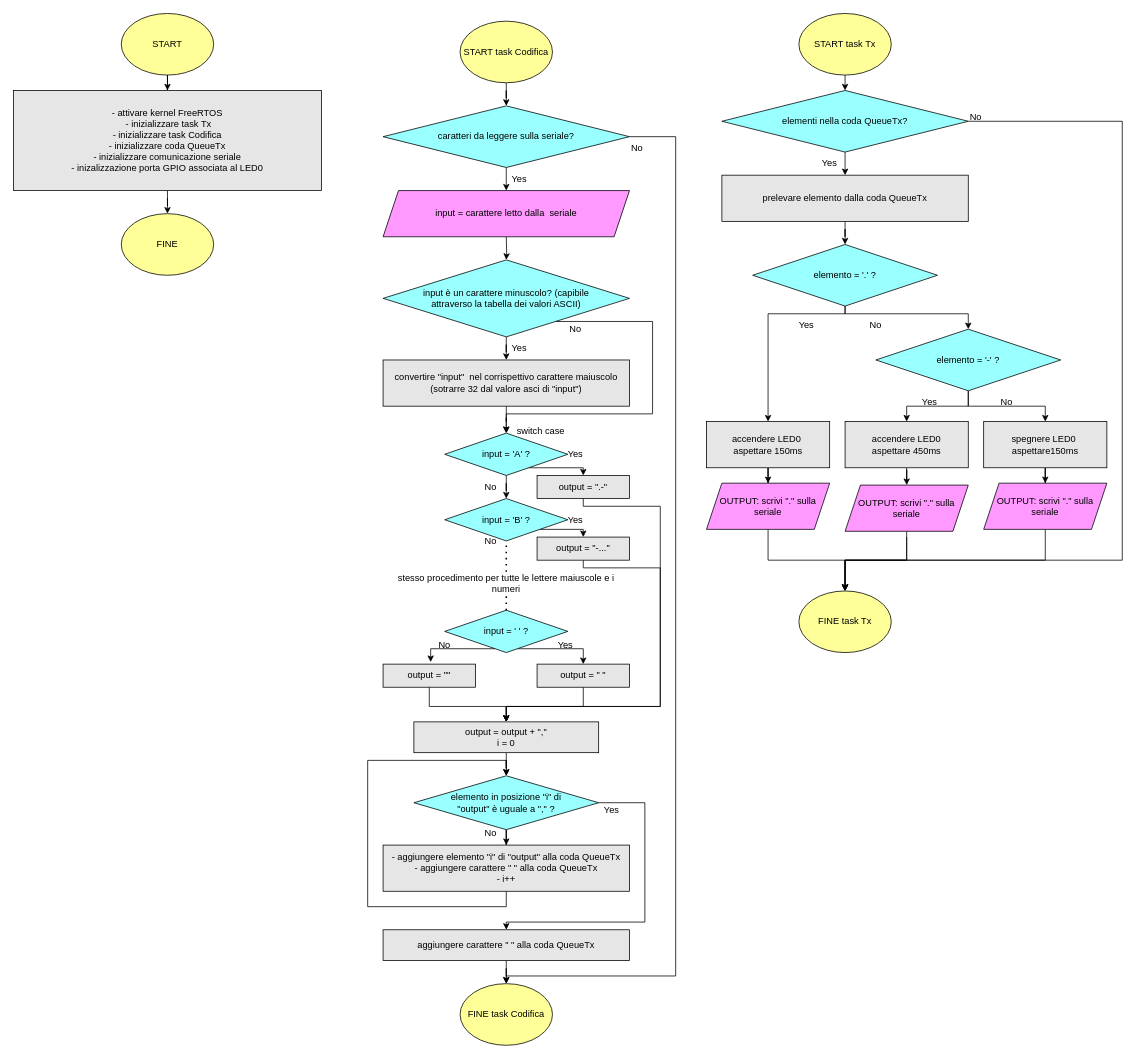
Before: flowchart/flowchart_lab6.drawio in robs2002/ISE_lab, a draw.io diagram. Source tidied: cells renumbered, new cells numbered last; positions are measured from the earlier drawing's top-left corner, leaving out a move shared by most shapes. Both pictures are drawn from the tidied source at 77%, with x=0, y=0 at pixel (13, 13).
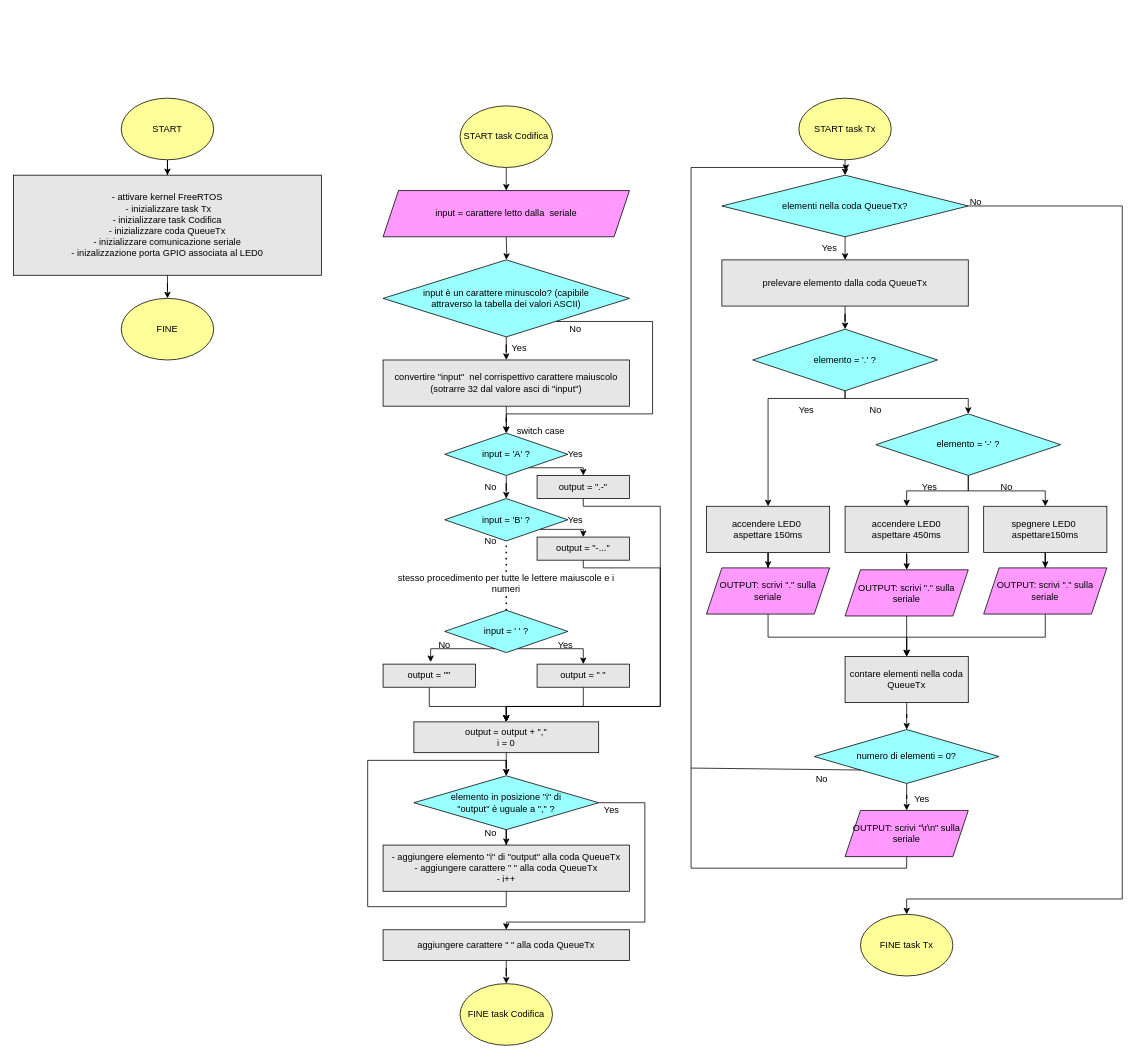
The same page after the edit.

Unchanged cells that the change refers to:
```xml
<mxCell id="82" value="FINE task Codifica" style="ellipse;whiteSpace=wrap;html=1;fillColor=#FFFF99;" parent="1" vertex="1">
  <mxGeometry x="580" y="1260" width="120" height="80" as="geometry" />
</mxCell>
```

Change to the diagram source:
```diff
@@
     <mxCell id="3" value="START" style="ellipse;whiteSpace=wrap;html=1;fillColor=#FFFF99;" parent="1" vertex="1">
-      <mxGeometry x="140" width="120" height="80" as="geometry" />
+      <mxGeometry x="140" y="110" width="120" height="80" as="geometry" />
     </mxCell>
@@
     <mxCell id="5" value="- attivare kernel FreeRTOS&lt;br&gt;&amp;nbsp;- inizializzare task Tx&lt;br&gt;- inizializzare task Codifica&lt;br&gt;- inizializzare coda QueueTx&lt;br&gt;- inizializzare comunicazione seriale&lt;br&gt;- inizalizzazione porta GPIO associata al LED0" style="rounded=0;whiteSpace=wrap;html=1;fillColor=#E6E6E6;" parent="1" vertex="1">
-      <mxGeometry y="100" width="400" height="130" as="geometry" />
+      <mxGeometry y="210" width="400" height="130" as="geometry" />
     </mxCell>
     <mxCell id="6" value="FINE" style="ellipse;whiteSpace=wrap;html=1;fillColor=#FFFF99;" parent="1" vertex="1">
-      <mxGeometry x="140" y="260" width="120" height="80" as="geometry" />
+      <mxGeometry x="140" y="370" width="120" height="80" as="geometry" />
     </mxCell>
@@
-    <mxCell id="8" style="edgeStyle=orthogonalEdgeStyle;rounded=0;jettySize=auto;html=1;entryX=0.5;entryY=0;entryDx=0;entryDy=0;" parent="1" edge="1" source="9" target="86">
-      <mxGeometry relative="1" as="geometry" />
+    <mxCell id="8" style="edgeStyle=orthogonalEdgeStyle;rounded=0;jettySize=auto;html=1;entryX=0.5;entryY=0;entryDx=0;entryDy=0;" parent="1" edge="1" source="9">
+      <mxGeometry relative="1" as="geometry">
+        <mxPoint x="640" y="230" as="targetPoint" />
+      </mxGeometry>
     </mxCell>
     <mxCell id="9" value="START task Codifica" style="ellipse;whiteSpace=wrap;html=1;fillColor=#FFFF99;" parent="1" vertex="1">
-      <mxGeometry x="580" y="10" width="120" height="80" as="geometry" />
+      <mxGeometry x="580" y="120" width="120" height="80" as="geometry" />
     </mxCell>
     <mxCell id="10" style="edgeStyle=orthogonalEdgeStyle;rounded=0;jettySize=auto;html=1;" parent="1" edge="1" source="11">
       <mxGeometry relative="1" as="geometry">
-        <mxPoint x="1080" y="100" as="targetPoint" />
+        <mxPoint x="1080" y="210" as="targetPoint" />
       </mxGeometry>
     </mxCell>
     <mxCell id="11" value="START task Tx" style="ellipse;whiteSpace=wrap;html=1;fillColor=#FFFF99;" parent="1" vertex="1">
-      <mxGeometry x="1020" width="120" height="80" as="geometry" />
+      <mxGeometry x="1020" y="110" width="120" height="80" as="geometry" />
     </mxCell>
     <mxCell id="12" value="FINE task Tx" style="ellipse;whiteSpace=wrap;html=1;fillColor=#FFFF99;" parent="1" vertex="1">
-      <mxGeometry x="1020" y="750" width="120" height="80" as="geometry" />
+      <mxGeometry x="1100" y="1170" width="120" height="80" as="geometry" />
     </mxCell>
     <mxCell id="13" style="edgeStyle=orthogonalEdgeStyle;rounded=0;jettySize=auto;html=1;" parent="1" edge="1" source="15">
       <mxGeometry relative="1" as="geometry">
-        <mxPoint x="1080" y="210" as="targetPoint" />
+        <mxPoint x="1080" y="320" as="targetPoint" />
       </mxGeometry>
     </mxCell>
     <mxCell id="14" style="edgeStyle=orthogonalEdgeStyle;rounded=0;jettySize=auto;html=1;entryX=0.5;entryY=0;entryDx=0;entryDy=0;" parent="1" edge="1" source="15" target="12">
       <mxGeometry relative="1" as="geometry">
         <Array as="points">
-          <mxPoint x="1440" y="140" />
-          <mxPoint x="1440" y="710" />
-          <mxPoint x="1080" y="710" />
+          <mxPoint x="1440" y="250" />
+          <mxPoint x="1440" y="1150" />
+          <mxPoint x="1160" y="1150" />
         </Array>
       </mxGeometry>
     </mxCell>
     <mxCell id="15" value="elementi nella coda QueueTx?" style="rhombus;whiteSpace=wrap;html=1;fillColor=#99FFFF;" parent="1" vertex="1">
-      <mxGeometry x="920" y="100" width="320" height="80" as="geometry" />
+      <mxGeometry x="920" y="210" width="320" height="80" as="geometry" />
     </mxCell>
     <mxCell id="16" value="Yes" style="text;html=1;strokeColor=none;fillColor=none;align=center;verticalAlign=middle;whiteSpace=wrap;rounded=0;" parent="1" vertex="1">
-      <mxGeometry x="1030" y="180" width="60" height="30" as="geometry" />
+      <mxGeometry x="1030" y="290" width="60" height="30" as="geometry" />
     </mxCell>
@@
     <mxCell id="18" value="prelevare elemento dalla coda QueueTx" style="rounded=0;whiteSpace=wrap;html=1;fillColor=#E6E6E6;" parent="1" vertex="1">
-      <mxGeometry x="920" y="210" width="320" height="60" as="geometry" />
+      <mxGeometry x="920" y="320" width="320" height="60" as="geometry" />
     </mxCell>
     <mxCell id="19" style="edgeStyle=orthogonalEdgeStyle;rounded=0;jettySize=auto;html=1;entryX=0.5;entryY=0;entryDx=0;entryDy=0;" parent="1" edge="1" source="21" target="24">
       <mxGeometry relative="1" as="geometry">
         <Array as="points">
-          <mxPoint x="1080" y="390" />
-          <mxPoint x="1240" y="390" />
+          <mxPoint x="1080" y="500" />
+          <mxPoint x="1240" y="500" />
         </Array>
       </mxGeometry>
     </mxCell>
     <mxCell id="20" style="edgeStyle=orthogonalEdgeStyle;rounded=0;jettySize=auto;html=1;entryX=0.5;entryY=0;entryDx=0;entryDy=0;" parent="1" edge="1" source="21" target="27">
       <mxGeometry relative="1" as="geometry">
         <Array as="points">
-          <mxPoint x="1080" y="390" />
-          <mxPoint x="980" y="390" />
+          <mxPoint x="1080" y="500" />
+          <mxPoint x="980" y="500" />
         </Array>
       </mxGeometry>
     </mxCell>
     <mxCell id="21" value="elemento = '.' ?" style="rhombus;whiteSpace=wrap;html=1;fillColor=#99FFFF;" parent="1" vertex="1">
-      <mxGeometry x="960" y="300" width="240" height="80" as="geometry" />
+      <mxGeometry x="960" y="410" width="240" height="80" as="geometry" />
     </mxCell>
@@
     <mxCell id="24" value="elemento = '-' ?" style="rhombus;whiteSpace=wrap;html=1;fillColor=#99FFFF;" parent="1" vertex="1">
-      <mxGeometry x="1120" y="410" width="240" height="80" as="geometry" />
+      <mxGeometry x="1120" y="520" width="240" height="80" as="geometry" />
     </mxCell>
-    <mxCell id="25" style="edgeStyle=orthogonalEdgeStyle;rounded=0;jettySize=auto;html=1;entryX=0.5;entryY=0;entryDx=0;entryDy=0;" parent="1" edge="1" target="12">
-      <mxGeometry relative="1" as="geometry">
-        <mxPoint x="980" y="670" as="sourcePoint" />
-        <Array as="points">
-          <mxPoint x="980" y="710" />
-          <mxPoint x="1080" y="710" />
-        </Array>
-      </mxGeometry>
-    </mxCell>
@@
     <mxCell id="27" value="accendere LED0&amp;nbsp;&lt;br&gt;aspettare 150ms" style="rounded=0;whiteSpace=wrap;html=1;fillColor=#E6E6E6;" parent="1" vertex="1">
-      <mxGeometry x="900" y="530" width="160" height="60" as="geometry" />
+      <mxGeometry x="900" y="640" width="160" height="60" as="geometry" />
     </mxCell>
-    <mxCell id="28" style="edgeStyle=orthogonalEdgeStyle;rounded=0;jettySize=auto;html=1;entryX=0.5;entryY=0;entryDx=0;entryDy=0;" parent="1" edge="1" target="12">
-      <mxGeometry relative="1" as="geometry">
-        <mxPoint x="1160" y="680" as="sourcePoint" />
-        <Array as="points">
-          <mxPoint x="1160" y="710" />
-          <mxPoint x="1080" y="710" />
-        </Array>
-      </mxGeometry>
-    </mxCell>
@@
     <mxCell id="30" value="accendere LED0&lt;br&gt;aspettare 450ms" style="rounded=0;whiteSpace=wrap;html=1;fillColor=#E6E6E6;" parent="1" vertex="1">
-      <mxGeometry x="1080" y="530" width="160" height="60" as="geometry" />
+      <mxGeometry x="1080" y="640" width="160" height="60" as="geometry" />
     </mxCell>
-    <mxCell id="31" style="edgeStyle=orthogonalEdgeStyle;rounded=0;jettySize=auto;html=1;entryX=0.5;entryY=0;entryDx=0;entryDy=0;exitX=0.5;exitY=1;exitDx=0;exitDy=0;" parent="1" edge="1" source="93" target="12">
-      <mxGeometry relative="1" as="geometry">
-        <Array as="points">
-          <mxPoint x="1340" y="710" />
-          <mxPoint x="1080" y="710" />
-        </Array>
-      </mxGeometry>
-    </mxCell>
@@
     <mxCell id="33" value="spegnere LED0&amp;nbsp;&lt;br&gt;aspettare150ms" style="rounded=0;whiteSpace=wrap;html=1;fillColor=#E6E6E6;" parent="1" vertex="1">
-      <mxGeometry x="1260" y="530" width="160" height="60" as="geometry" />
+      <mxGeometry x="1260" y="640" width="160" height="60" as="geometry" />
     </mxCell>
     <mxCell id="34" value="Yes" style="text;html=1;strokeColor=none;fillColor=none;align=center;verticalAlign=middle;whiteSpace=wrap;rounded=0;" parent="1" vertex="1">
-      <mxGeometry x="1000" y="390" width="60" height="30" as="geometry" />
+      <mxGeometry x="1000" y="500" width="60" height="30" as="geometry" />
     </mxCell>
     <mxCell id="35" value="Yes" style="text;html=1;strokeColor=none;fillColor=none;align=center;verticalAlign=middle;whiteSpace=wrap;rounded=0;" parent="1" vertex="1">
-      <mxGeometry x="1160" y="490" width="60" height="30" as="geometry" />
+      <mxGeometry x="1160" y="600" width="60" height="30" as="geometry" />
     </mxCell>
     <mxCell id="36" value="No" style="text;html=1;strokeColor=none;fillColor=none;align=center;verticalAlign=middle;whiteSpace=wrap;rounded=0;" parent="1" vertex="1">
-      <mxGeometry x="1090" y="390" width="60" height="30" as="geometry" />
+      <mxGeometry x="1090" y="500" width="60" height="30" as="geometry" />
     </mxCell>
     <mxCell id="37" value="No" style="text;html=1;strokeColor=none;fillColor=none;align=center;verticalAlign=middle;whiteSpace=wrap;rounded=0;" parent="1" vertex="1">
-      <mxGeometry x="1260" y="490" width="60" height="30" as="geometry" />
+      <mxGeometry x="1260" y="600" width="60" height="30" as="geometry" />
     </mxCell>
@@
     <mxCell id="83" value="No" style="text;html=1;strokeColor=none;fillColor=none;align=center;verticalAlign=middle;whiteSpace=wrap;rounded=0;" parent="1" vertex="1">
-      <mxGeometry x="1220" y="120" width="60" height="30" as="geometry" />
+      <mxGeometry x="1220" y="230" width="60" height="30" as="geometry" />
     </mxCell>
-    <mxCell id="84" style="edgeStyle=orthogonalEdgeStyle;rounded=0;jettySize=auto;html=1;entryX=0.5;entryY=0;entryDx=0;entryDy=0;" parent="1" edge="1" source="86">
-      <mxGeometry relative="1" as="geometry">
-        <mxPoint x="640" y="230" as="targetPoint" />
-      </mxGeometry>
-    </mxCell>
-    <mxCell id="85" style="edgeStyle=orthogonalEdgeStyle;rounded=0;jettySize=auto;html=1;entryX=0.5;entryY=0;entryDx=0;entryDy=0;" parent="1" edge="1" source="86" target="82">
-      <mxGeometry relative="1" as="geometry">
-        <Array as="points">
-          <mxPoint x="860" y="160" />
-          <mxPoint x="860" y="1250" />
-          <mxPoint x="640" y="1250" />
-        </Array>
-      </mxGeometry>
-    </mxCell>
-    <mxCell id="86" value="caratteri da leggere sulla seriale?" style="rhombus;whiteSpace=wrap;html=1;fillColor=#99FFFF;" parent="1" vertex="1">
-      <mxGeometry x="480" y="120" width="320" height="80" as="geometry" />
-    </mxCell>
+    <mxCell id="89" value="input = carattere letto dalla&amp;nbsp; seriale" style="shape=parallelogram;perimeter=parallelogramPerimeter;whiteSpace=wrap;html=1;fixedSize=1;fillColor=#FF99FF;" parent="1" vertex="1">
+      <mxGeometry x="480" y="230" width="320" height="60" as="geometry" />
+    </mxCell>
+    <mxCell id="94" style="edgeStyle=orthogonalEdgeStyle;rounded=0;jettySize=auto;html=1;" parent="1" edge="1" source="90" target="98">
+      <mxGeometry relative="1" as="geometry">
+        <Array as="points">
+          <mxPoint x="980" y="810" />
+          <mxPoint x="1160" y="810" />
+        </Array>
+      </mxGeometry>
+    </mxCell>
+    <mxCell id="90" value="OUTPUT: scrivi &quot;.&quot; sulla seriale" style="shape=parallelogram;perimeter=parallelogramPerimeter;whiteSpace=wrap;html=1;fixedSize=1;fillColor=#FF99FF;" parent="1" vertex="1">
+      <mxGeometry x="900" y="720" width="160" height="60" as="geometry" />
+    </mxCell>
+    <mxCell id="95" style="edgeStyle=orthogonalEdgeStyle;rounded=0;jettySize=auto;html=1;entryX=0.5;entryY=0;entryDx=0;entryDy=0;" parent="1" edge="1" source="92" target="98">
+      <mxGeometry relative="1" as="geometry" />
+    </mxCell>
+    <mxCell id="92" value="OUTPUT: scrivi &quot;.&quot; sulla seriale" style="shape=parallelogram;perimeter=parallelogramPerimeter;whiteSpace=wrap;html=1;fixedSize=1;fillColor=#FF99FF;" parent="1" vertex="1">
+      <mxGeometry x="1080" y="722.5" width="160" height="60" as="geometry" />
+    </mxCell>
+    <mxCell id="96" style="edgeStyle=orthogonalEdgeStyle;rounded=0;jettySize=auto;html=1;entryX=0.5;entryY=0;entryDx=0;entryDy=0;" parent="1" edge="1" source="93" target="98">
+      <mxGeometry relative="1" as="geometry">
+        <Array as="points">
+          <mxPoint x="1340" y="810" />
+          <mxPoint x="1160" y="810" />
+        </Array>
+      </mxGeometry>
+    </mxCell>
+    <mxCell id="93" value="OUTPUT: scrivi &quot;.&quot; sulla seriale" style="shape=parallelogram;perimeter=parallelogramPerimeter;whiteSpace=wrap;html=1;fixedSize=1;fillColor=#FF99FF;" parent="1" vertex="1">
+      <mxGeometry x="1260" y="720" width="160" height="60" as="geometry" />
+    </mxCell>
+    <mxCell id="97" style="edgeStyle=orthogonalEdgeStyle;rounded=0;jettySize=auto;html=1;" parent="1" edge="1" source="98" target="100">
+      <mxGeometry relative="1" as="geometry" />
+    </mxCell>
+    <mxCell id="98" value="contare elementi nella coda QueueTx" style="rounded=0;whiteSpace=wrap;html=1;fillColor=#E6E6E6;" parent="1" vertex="1">
+      <mxGeometry x="1080" y="835" width="160" height="60" as="geometry" />
+    </mxCell>
+    <mxCell id="99" style="edgeStyle=orthogonalEdgeStyle;rounded=0;jettySize=auto;html=1;" parent="1" edge="1" source="100" target="101">
+      <mxGeometry relative="1" as="geometry" />
+    </mxCell>
+    <mxCell id="100" value="numero di elementi = 0?" style="rhombus;whiteSpace=wrap;html=1;fillColor=#99FFFF;" parent="1" vertex="1">
+      <mxGeometry x="1040" y="930" width="240" height="70" as="geometry" />
+    </mxCell>
+    <mxCell id="101" value="OUTPUT: scrivi &quot;\r\n&quot; sulla seriale" style="shape=parallelogram;perimeter=parallelogramPerimeter;whiteSpace=wrap;html=1;fixedSize=1;fillColor=#FF99FF;" parent="1" vertex="1">
+      <mxGeometry x="1080" y="1035" width="160" height="60" as="geometry" />
+    </mxCell>
-    <mxCell id="87" value="Yes" style="text;html=1;strokeColor=none;fillColor=none;align=center;verticalAlign=middle;whiteSpace=wrap;rounded=0;rotation=0;" parent="1" vertex="1">
-      <mxGeometry x="627" y="200" width="60" height="30" as="geometry" />
+    <mxCell id="87" value="Yes" style="text;html=1;strokeColor=none;fillColor=none;align=center;verticalAlign=middle;whiteSpace=wrap;rounded=0;" parent="1" vertex="1">
+      <mxGeometry x="1150" y="1005" width="60" height="30" as="geometry" />
     </mxCell>
+    <mxCell id="102" style="edgeStyle=orthogonalEdgeStyle;rounded=0;jettySize=auto;html=1;entryX=0.503;entryY=-0.068;entryDx=0;entryDy=0;entryPerimeter=0;" parent="1" edge="1" source="101" target="15">
+      <mxGeometry relative="1" as="geometry">
+        <Array as="points">
+          <mxPoint x="1160" y="1110" />
+          <mxPoint x="880" y="1110" />
+          <mxPoint x="880" y="200" />
+          <mxPoint x="1081" y="200" />
+        </Array>
+      </mxGeometry>
+    </mxCell>
+    <mxCell id="103" style="endArrow=none;html=1;rounded=0;entryX=0;entryY=1;entryDx=0;entryDy=0;" parent="1" edge="1" target="100">
+      <mxGeometry relative="1" as="geometry">
+        <mxPoint x="880" y="980" as="sourcePoint" />
+      </mxGeometry>
+    </mxCell>
     <mxCell id="88" value="No" style="text;html=1;strokeColor=none;fillColor=none;align=center;verticalAlign=middle;whiteSpace=wrap;rounded=0;" parent="1" vertex="1">
-      <mxGeometry x="780" y="160" width="60" height="30" as="geometry" />
+      <mxGeometry x="1020" y="980" width="60" height="30" as="geometry" />
     </mxCell>
-    <mxCell id="89" value="input = carattere letto dalla&amp;nbsp; seriale" style="shape=parallelogram;perimeter=parallelogramPerimeter;whiteSpace=wrap;html=1;fixedSize=1;fillColor=#FF99FF;" parent="1" vertex="1">
-      <mxGeometry x="480" y="230" width="320" height="60" as="geometry" />
-    </mxCell>
-    <mxCell id="90" value="OUTPUT: scrivi &quot;.&quot; sulla seriale" style="shape=parallelogram;perimeter=parallelogramPerimeter;whiteSpace=wrap;html=1;fixedSize=1;fillColor=#FF99FF;" parent="1" vertex="1">
-      <mxGeometry x="900" y="610" width="160" height="60" as="geometry" />
-    </mxCell>
-    <mxCell id="91" style="edgeStyle=orthogonalEdgeStyle;rounded=0;jettySize=auto;html=1;" parent="1" edge="1" source="92" target="12">
-      <mxGeometry relative="1" as="geometry">
-        <Array as="points">
-          <mxPoint x="1160" y="710" />
-          <mxPoint x="1080" y="710" />
-        </Array>
-      </mxGeometry>
-    </mxCell>
-    <mxCell id="92" value="OUTPUT: scrivi &quot;.&quot; sulla seriale" style="shape=parallelogram;perimeter=parallelogramPerimeter;whiteSpace=wrap;html=1;fixedSize=1;fillColor=#FF99FF;" parent="1" vertex="1">
-      <mxGeometry x="1080" y="612.5" width="160" height="60" as="geometry" />
-    </mxCell>
-    <mxCell id="93" value="OUTPUT: scrivi &quot;.&quot; sulla seriale" style="shape=parallelogram;perimeter=parallelogramPerimeter;whiteSpace=wrap;html=1;fixedSize=1;fillColor=#FF99FF;" parent="1" vertex="1">
-      <mxGeometry x="1260" y="610" width="160" height="60" as="geometry" />
-    </mxCell>
```
